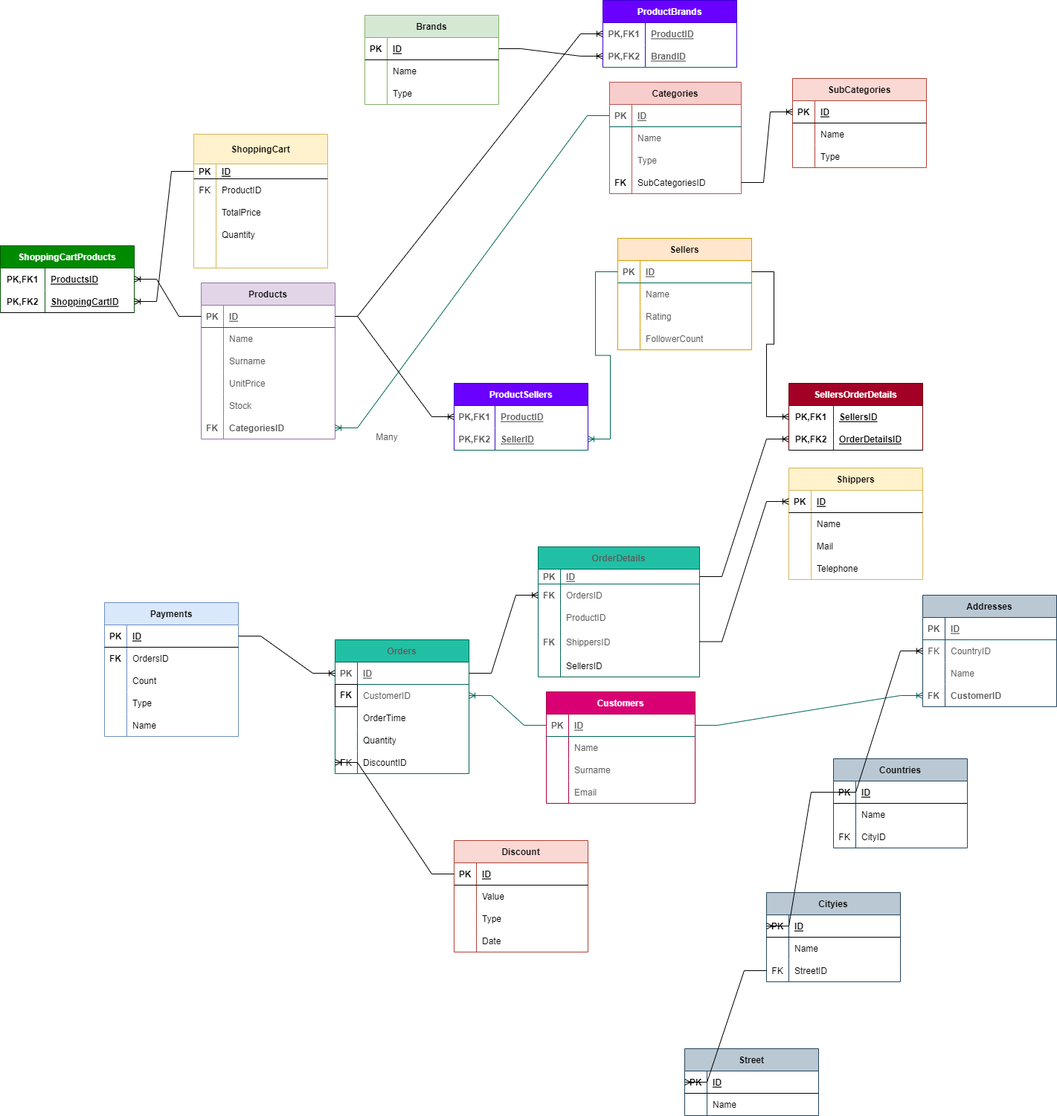
Earlier version of the draw.io export Untitled Diagram.drawio (1).drawio.png (Sedatkus/ma-n). Source tidied: cells renumbered, new cells last; positions are measured from the earlier drawing's top-left corner, leaving out a move shared by most shapes.
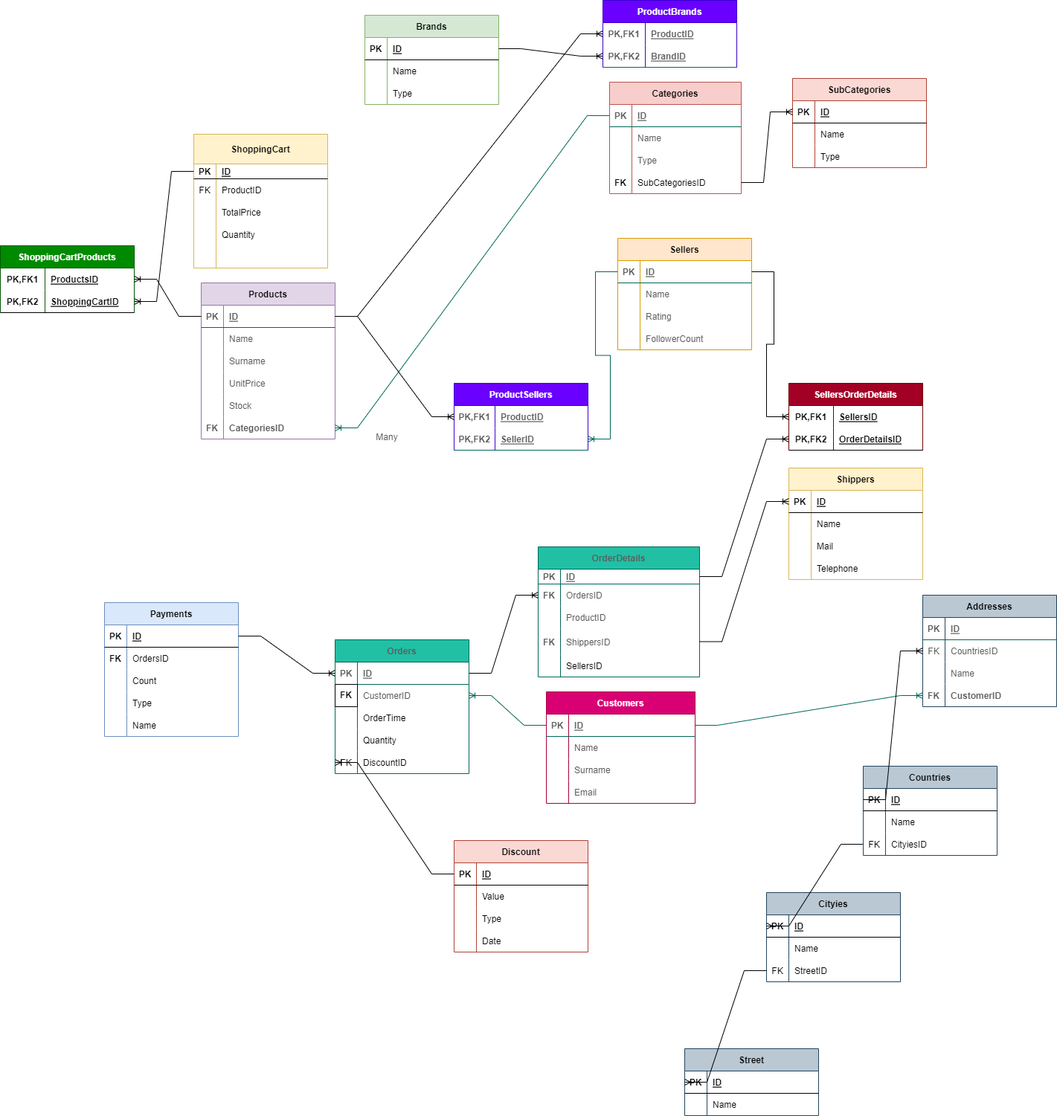
Later version of the same file.

The edit, as a diff of the source:
```diff
@@ -161,7 +161,7 @@
     <mxCell id="54" value="FK" style="shape=partialRectangle;fillColor=none;top=0;left=0;bottom=0;right=0;overflow=hidden;strokeColor=#006658;fontColor=#5C5C5C;" parent="53" vertex="1">
       <mxGeometry width="30" height="30" as="geometry" />
     </mxCell>
-    <mxCell id="55" value="CountryID" style="shape=partialRectangle;fillColor=none;top=0;left=0;bottom=0;right=0;align=left;spacingLeft=6;overflow=hidden;strokeColor=#006658;fontColor=#5C5C5C;" parent="53" vertex="1">
+    <mxCell id="55" value="CountriesID" style="shape=partialRectangle;fillColor=none;top=0;left=0;bottom=0;right=0;align=left;spacingLeft=6;overflow=hidden;strokeColor=#006658;fontColor=#5C5C5C;" parent="53" vertex="1">
       <mxGeometry x="30" width="150" height="30" as="geometry" />
     </mxCell>
     <mxCell id="56" style="shape=tableRow;horizontal=0;startSize=0;swimlaneHead=0;swimlaneBody=0;fillColor=none;top=0;left=0;right=0;bottom=0;strokeColor=#006658;fontColor=#5C5C5C;" parent="49" vertex="1">
@@ -597,7 +597,7 @@
       <mxGeometry relative="1" as="geometry" />
     </mxCell>
     <mxCell id="199" value="Countries" style="shape=table;startSize=30;rowLines=0;fontStyle=1;align=center;fillColor=#bac8d3;strokeColor=#23445d;" parent="1" vertex="1">
-      <mxGeometry x="1120" y="1020" width="180" height="120" as="geometry" />
+      <mxGeometry x="1160" y="1030" width="180" height="120" as="geometry" />
     </mxCell>
     <mxCell id="200" style="shape=tableRow;horizontal=0;startSize=0;swimlaneHead=0;swimlaneBody=0;fillColor=none;points=[[0,0.5],[1,0.5]];portConstraint=eastwest;top=0;left=0;right=0;bottom=1;" parent="199" vertex="1">
       <mxGeometry y="30" width="180" height="30" as="geometry" />
@@ -623,10 +623,10 @@
     <mxCell id="207" value="FK" style="shape=partialRectangle;fillColor=none;top=0;left=0;bottom=0;right=0;fontStyle=0;overflow=hidden;" parent="206" vertex="1">
       <mxGeometry width="30" height="30" as="geometry" />
     </mxCell>
-    <mxCell id="208" value="CityID" style="shape=partialRectangle;fillColor=none;top=0;left=0;bottom=0;right=0;align=left;spacingLeft=6;fontStyle=0;overflow=hidden;" parent="206" vertex="1">
+    <mxCell id="208" value="CityiesID" style="shape=partialRectangle;fillColor=none;top=0;left=0;bottom=0;right=0;align=left;spacingLeft=6;fontStyle=0;overflow=hidden;" parent="206" vertex="1">
       <mxGeometry x="30" width="150" height="30" as="geometry" />
     </mxCell>
-    <mxCell id="209" style="edgeStyle=entityRelationEdgeStyle;fontSize=12;html=1;endArrow=ERoneToMany;rounded=0;exitX=0;exitY=0.5;exitDx=0;exitDy=0;entryX=0;entryY=0.5;entryDx=0;entryDy=0;" parent="1" edge="1" source="200" target="53">
+    <mxCell id="209" style="edgeStyle=entityRelationEdgeStyle;fontSize=12;html=1;endArrow=ERoneToMany;rounded=0;entryX=0;entryY=0.5;entryDx=0;entryDy=0;exitX=0;exitY=0.5;exitDx=0;exitDy=0;" parent="1" edge="1" source="200" target="53">
       <mxGeometry relative="1" as="geometry" />
     </mxCell>
     <mxCell id="210" value="Cityies" style="shape=table;startSize=30;rowLines=0;fontStyle=1;align=center;fillColor=#bac8d3;strokeColor=#23445d;" parent="1" vertex="1">
@@ -659,7 +659,7 @@
     <mxCell id="219" value="StreetID" style="shape=partialRectangle;fillColor=none;top=0;left=0;bottom=0;right=0;align=left;spacingLeft=6;overflow=hidden;" parent="217" vertex="1">
       <mxGeometry x="30" width="150" height="30" as="geometry" />
     </mxCell>
-    <mxCell id="220" style="edgeStyle=entityRelationEdgeStyle;fontSize=12;html=1;endArrow=ERoneToMany;rounded=0;entryX=0;entryY=0.5;entryDx=0;entryDy=0;exitX=0;exitY=0.5;exitDx=0;exitDy=0;" parent="1" edge="1" source="200" target="211">
+    <mxCell id="220" style="edgeStyle=entityRelationEdgeStyle;fontSize=12;html=1;endArrow=ERoneToMany;rounded=0;entryX=0;entryY=0.5;entryDx=0;entryDy=0;exitX=0;exitY=0.5;exitDx=0;exitDy=0;" parent="1" edge="1" source="206" target="211">
       <mxGeometry relative="1" as="geometry" />
     </mxCell>
     <mxCell id="221" value="Street" style="shape=table;startSize=30;rowLines=0;fontStyle=1;align=center;fillColor=#bac8d3;strokeColor=#23445d;" parent="1" vertex="1">
```
